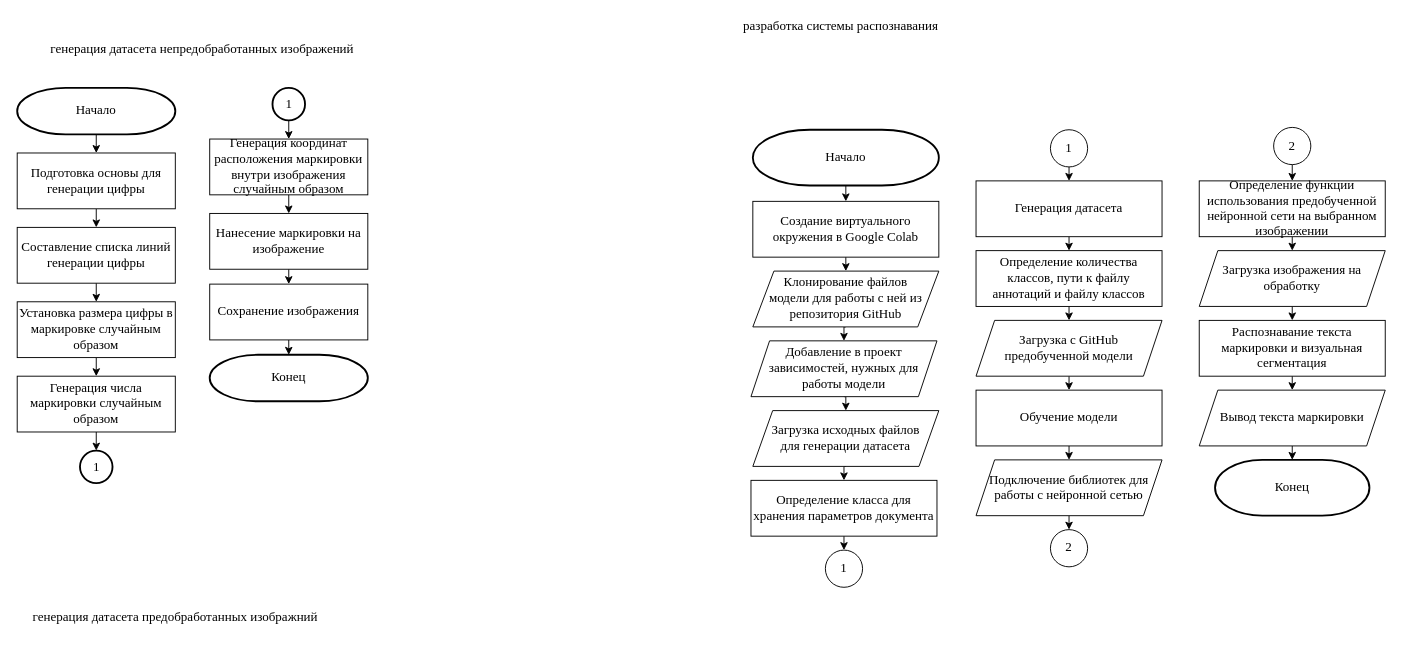
Before: Flowcharts/генерация датасетов.drawio in KanVull/Recognistion, a draw.io diagram. Source tidied: cells renumbered, new cells numbered last; positions are measured from the earlier drawing's top-left corner, leaving out a move shared by most shapes. Both pictures are drawn from the tidied source at 93%, with x=0, y=0 at pixel (17, 16).
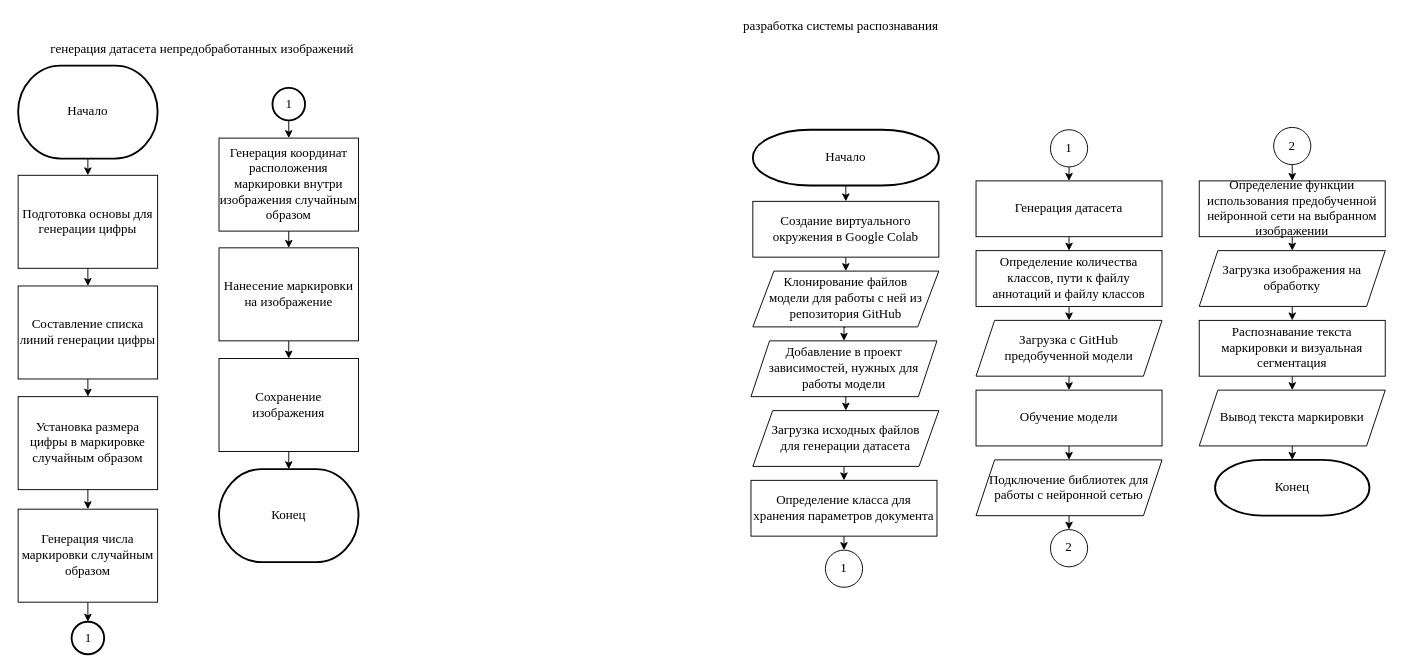
Above is the later version.

Change to the diagram source:
```diff
@@
-    <mxCell id="2" style="edgeStyle=orthogonalEdgeStyle;rounded=0;jettySize=auto;html=1;exitX=0.5;exitY=1;exitDx=0;exitDy=0;entryX=0.5;entryY=0;entryDx=0;entryDy=0;fontFamily=Times New Roman;fontSize=14;" parent="1" edge="1" source="3" target="5">
+    <mxCell id="2" style="edgeStyle=none;rounded=0;jettySize=auto;html=1;exitX=0.5;exitY=1;exitDx=0;exitDy=0;" parent="1" edge="1" source="3" target="5">
       <mxGeometry relative="1" as="geometry" />
     </mxCell>
     <mxCell id="3" value="Подготовка основы для генерации цифры" style="rounded=0;whiteSpace=wrap;html=1;fontFamily=Times New Roman;fontSize=14;" parent="1" vertex="1">
-      <mxGeometry y="147" width="170" height="60" as="geometry" />
+      <mxGeometry x="1" y="171" width="150" height="100" as="geometry" />
     </mxCell>
@@
     <mxCell id="5" value="Составление списка линий генерации цифры" style="rounded=0;whiteSpace=wrap;html=1;fontFamily=Times New Roman;fontSize=14;" parent="1" vertex="1">
-      <mxGeometry y="227" width="170" height="60" as="geometry" />
+      <mxGeometry x="1" y="290" width="150" height="100" as="geometry" />
     </mxCell>
@@
     <mxCell id="7" value="Установка размера цифры в маркировке случайным образом" style="rounded=0;whiteSpace=wrap;html=1;fontFamily=Times New Roman;fontSize=14;" parent="1" vertex="1">
-      <mxGeometry y="307" width="170" height="60" as="geometry" />
+      <mxGeometry x="1" y="409" width="150" height="100" as="geometry" />
     </mxCell>
@@
     <mxCell id="9" value="Генерация числа маркировки случайным образом" style="rounded=0;whiteSpace=wrap;html=1;fontFamily=Times New Roman;fontSize=14;" parent="1" vertex="1">
-      <mxGeometry y="387" width="170" height="60" as="geometry" />
+      <mxGeometry x="1" y="530" width="150" height="100" as="geometry" />
     </mxCell>
@@
     <mxCell id="11" value="Нанесение маркировки на изображение" style="rounded=0;whiteSpace=wrap;html=1;fontFamily=Times New Roman;fontSize=14;" parent="1" vertex="1">
-      <mxGeometry x="207" y="212" width="170" height="60" as="geometry" />
+      <mxGeometry x="217" y="249" width="150" height="100" as="geometry" />
     </mxCell>
-    <mxCell id="12" style="edgeStyle=orthogonalEdgeStyle;rounded=0;jettySize=auto;html=1;exitX=0.5;exitY=1;exitDx=0;exitDy=0;entryX=0.5;entryY=0;entryDx=0;entryDy=0;fontFamily=Times New Roman;fontSize=14;" parent="1" edge="1" source="13" target="11">
+    <mxCell id="12" style="edgeStyle=none;rounded=0;jettySize=auto;html=1;exitX=0.5;exitY=1;exitDx=0;exitDy=0;entryX=0.5;entryY=0;entryDx=0;entryDy=0;" parent="1" edge="1" source="13" target="11">
       <mxGeometry relative="1" as="geometry" />
     </mxCell>
     <mxCell id="13" value="Генерация координат расположения маркировки внутри изображения случайным образом" style="rounded=0;whiteSpace=wrap;html=1;fontFamily=Times New Roman;fontSize=14;" parent="1" vertex="1">
-      <mxGeometry x="207" y="132" width="170" height="60" as="geometry" />
+      <mxGeometry x="217" y="131" width="150" height="100" as="geometry" />
     </mxCell>
-    <mxCell id="14" style="edgeStyle=orthogonalEdgeStyle;rounded=0;jettySize=auto;html=1;exitX=0.5;exitY=1;exitDx=0;exitDy=0;exitPerimeter=0;entryX=0.5;entryY=0;entryDx=0;entryDy=0;fontFamily=Times New Roman;fontSize=14;" parent="1" edge="1" source="15" target="3">
+    <mxCell id="14" style="edgeStyle=none;rounded=0;jettySize=auto;html=1;exitX=0.5;exitY=1;exitDx=0;exitDy=0;exitPerimeter=0;entryX=0.5;entryY=0;entryDx=0;entryDy=0;" parent="1" edge="1" source="15" target="3">
       <mxGeometry relative="1" as="geometry" />
     </mxCell>
     <mxCell id="15" value="Начало" style="strokeWidth=2;html=1;shape=mxgraph.flowchart.terminator;whiteSpace=wrap;fontFamily=Times New Roman;fontSize=14;" parent="1" vertex="1">
-      <mxGeometry y="77" width="170" height="50" as="geometry" />
+      <mxGeometry x="1" y="53" width="150" height="100" as="geometry" />
     </mxCell>
     <mxCell id="16" value="Конец" style="strokeWidth=2;html=1;shape=mxgraph.flowchart.terminator;whiteSpace=wrap;fontFamily=Times New Roman;fontSize=14;" parent="1" vertex="1">
-      <mxGeometry x="207" y="364" width="170" height="50" as="geometry" />
+      <mxGeometry x="217" y="487" width="150" height="100" as="geometry" />
     </mxCell>
@@
     <mxCell id="18" value="Сохранение изображения" style="rounded=0;whiteSpace=wrap;html=1;fontFamily=Times New Roman;fontSize=14;" parent="1" vertex="1">
-      <mxGeometry x="207" y="288" width="170" height="60" as="geometry" />
+      <mxGeometry x="217" y="368" width="150" height="100" as="geometry" />
     </mxCell>
     <mxCell id="19" value="1" style="strokeWidth=2;html=1;shape=mxgraph.flowchart.start_2;whiteSpace=wrap;fontFamily=Times New Roman;fontSize=14;" parent="1" vertex="1">
-      <mxGeometry x="67.5" y="467" width="35" height="35" as="geometry" />
+      <mxGeometry x="58.5" y="651" width="35" height="35" as="geometry" />
     </mxCell>
@@
-    <mxCell id="23" value="генерация датасета предобработанных изображний" style="text;html=1;align=left;verticalAlign=top;spacingTop=-4;fontSize=14;fontFamily=Times New Roman;" parent="1" vertex="1">
-      <mxGeometry x="15" y="636" width="316" height="17" as="geometry" />
-    </mxCell>
```
